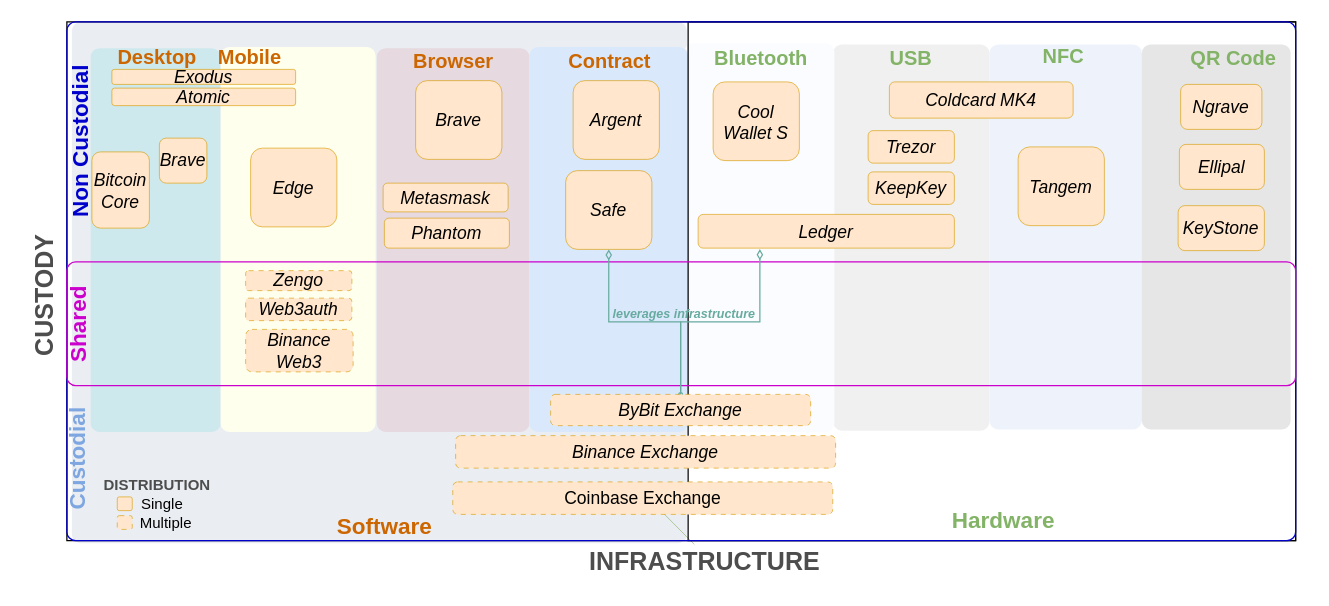
Earlier version of the draw.io diagram page "taxonomy" (1 of 2) of assets/crypto-wallets-taxonomy.drawio.drawio (dlt-science/ai-blockchain). Source tidied: cells renumbered, new cells numbered last; positions are measured from the earlier drawing's top-left corner, leaving out a move shared by most shapes. Both pictures are drawn from the tidied source at 125%, with x=0, y=0 at pixel (-29, 21).
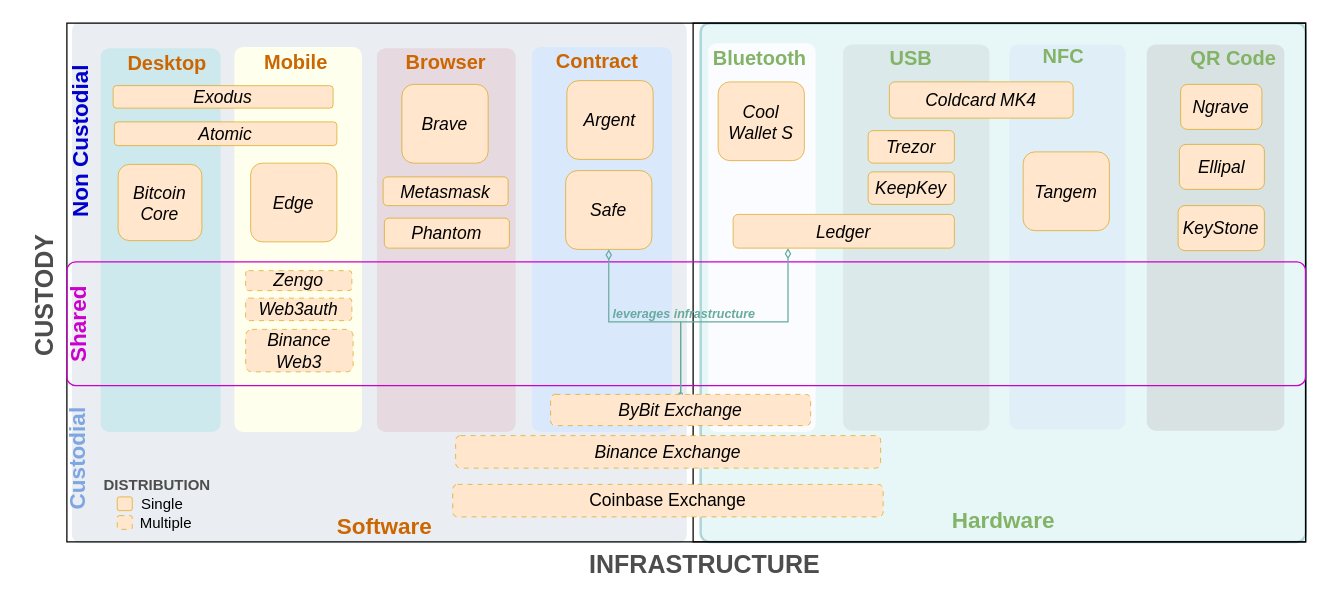
The same page after the edit.

The change refers to these unchanged cells:
```xml
<mxCell id="61" value="&lt;i style=&quot;text-wrap-mode: nowrap;&quot;&gt;ByBit Exchange&lt;/i&gt;" style="rounded=1;whiteSpace=wrap;html=1;fillColor=#ffe6cc;strokeWidth=0.5;dashed=1;dashPattern=8 8;fontSize=14;strokeColor=#d79b00;" parent="1" vertex="1">
  <mxGeometry x="463" y="298" width="208" height="25" as="geometry" />
</mxCell>
```

Diff of the diagram source:
```diff
@@
+    <mxCell id="64" style="rounded=1;whiteSpace=wrap;html=1;absoluteArcSize=1;arcSize=14;strokeWidth=2;fillColor=#b0e3e6;strokeColor=#0e8088;rotation=0;align=right;verticalAlign=bottom;spacingBottom=0;labelBackgroundColor=none;spacing=2;spacingRight=58;opacity=30;" parent="1" vertex="1">
+      <mxGeometry x="583" y="1" width="484" height="415" as="geometry" />
+    </mxCell>
@@
     <mxCell id="3" style="rounded=1;whiteSpace=wrap;html=1;absoluteArcSize=1;arcSize=14;strokeWidth=2;fillColor=#6E6E6E;strokeColor=none;opacity=10;rotation=0;align=left;verticalAlign=top;spacingTop=0;labelPosition=center;verticalLabelPosition=middle;" parent="1" vertex="1">
-      <mxGeometry x="689" y="18" width="125" height="309" as="geometry" />
+      <mxGeometry x="697" y="18" width="117" height="309" as="geometry" />
     </mxCell>
     <mxCell id="4" style="rounded=1;whiteSpace=wrap;html=1;absoluteArcSize=1;arcSize=14;strokeWidth=2;fillColor=#D4E1F5;strokeColor=none;opacity=40;rotation=0;align=left;verticalAlign=top;spacingTop=0;labelPosition=center;verticalLabelPosition=middle;direction=south;" parent="1" vertex="1">
-      <mxGeometry x="814" y="18" width="122" height="308" as="geometry" />
+      <mxGeometry x="830" y="18" width="93" height="308" as="geometry" />
     </mxCell>
     <mxCell id="5" style="rounded=1;whiteSpace=wrap;html=1;absoluteArcSize=1;arcSize=14;strokeWidth=2;fillColor=#C0C0C0;strokeColor=none;opacity=40;rotation=0;align=left;verticalAlign=top;spacingTop=0;labelPosition=center;verticalLabelPosition=middle;direction=south;" parent="1" vertex="1">
-      <mxGeometry x="936" y="18" width="119" height="308" as="geometry" />
+      <mxGeometry x="940" y="18" width="110" height="309" as="geometry" />
     </mxCell>
     <mxCell id="6" style="rounded=1;whiteSpace=wrap;html=1;absoluteArcSize=1;arcSize=14;strokeWidth=2;fillColor=#FBFCFF;strokeColor=none;rotation=0;align=left;verticalAlign=top;spacingTop=0;labelPosition=center;verticalLabelPosition=middle;direction=south;fontColor=#ffffff;" parent="1" vertex="1">
-      <mxGeometry x="570" y="17" width="120" height="311" as="geometry" />
+      <mxGeometry x="589" y="17" width="86" height="311" as="geometry" />
     </mxCell>
     <mxCell id="7" style="rounded=1;whiteSpace=wrap;html=1;absoluteArcSize=1;arcSize=14;strokeWidth=2;fillColor=light-dark(#CEE9ED,#EDEDED);strokeColor=none;rotation=0;align=left;verticalAlign=top;spacingTop=0;labelPosition=center;verticalLabelPosition=middle;" parent="1" vertex="1">
-      <mxGeometry x="95" y="21" width="104" height="307" as="geometry" />
+      <mxGeometry x="103" y="21" width="96" height="307" as="geometry" />
     </mxCell>
     <mxCell id="8" style="rounded=1;whiteSpace=wrap;html=1;absoluteArcSize=1;arcSize=14;strokeWidth=0.5;fillColor=light-dark(#E6D9DF,#EDEDED);strokeColor=none;rotation=0;align=left;verticalAlign=top;spacingTop=0;labelPosition=center;verticalLabelPosition=middle;" parent="1" vertex="1">
-      <mxGeometry x="324" y="21" width="122" height="307" as="geometry" />
+      <mxGeometry x="324" y="21" width="111" height="307" as="geometry" />
     </mxCell>
     <mxCell id="9" style="rounded=1;whiteSpace=wrap;html=1;absoluteArcSize=1;arcSize=14;strokeWidth=2;fillColor=#FFFFED;strokeColor=none;rotation=0;align=left;verticalAlign=top;spacingTop=0;labelPosition=center;verticalLabelPosition=middle;" parent="1" vertex="1">
-      <mxGeometry x="199" y="20" width="124" height="308" as="geometry" />
+      <mxGeometry x="210" y="20" width="102" height="308" as="geometry" />
     </mxCell>
     <mxCell id="10" style="rounded=1;whiteSpace=wrap;html=1;absoluteArcSize=1;arcSize=14;strokeWidth=2;fillColor=#dae8fc;strokeColor=none;rotation=0;align=left;verticalAlign=top;spacingTop=0;labelPosition=center;verticalLabelPosition=middle;" parent="1" vertex="1">
-      <mxGeometry x="446" y="20" width="127" height="308" as="geometry" />
+      <mxGeometry x="448" y="20" width="112" height="308" as="geometry" />
     </mxCell>
     <mxCell id="11" value="&lt;i style=&quot;text-wrap-mode: nowrap;&quot;&gt;Bitcoin&lt;/i&gt;&lt;div style=&quot;text-wrap-mode: nowrap;&quot;&gt;&lt;i&gt;Core&lt;/i&gt;&lt;/div&gt;" style="rounded=1;whiteSpace=wrap;html=1;fillColor=#ffe6cc;strokeWidth=0.5;fontSize=14;strokeColor=#d79b00;" parent="1" vertex="1">
-      <mxGeometry x="96" y="104" width="46" height="61" as="geometry" />
+      <mxGeometry x="117" y="114" width="67" height="61" as="geometry" />
     </mxCell>
     <mxCell id="12" value="&lt;span style=&quot;text-wrap-mode: nowrap;&quot;&gt;&lt;i&gt;Atomic&lt;/i&gt;&lt;/span&gt;" style="rounded=1;whiteSpace=wrap;html=1;fillColor=#ffe6cc;strokeWidth=0.5;fontSize=14;strokeColor=#d79b00;" parent="1" vertex="1">
-      <mxGeometry x="112" y="53" width="147" height="14" as="geometry" />
+      <mxGeometry x="114" y="80" width="178" height="19" as="geometry" />
     </mxCell>
     <mxCell id="13" value="&lt;span style=&quot;text-wrap-mode: nowrap;&quot;&gt;&lt;i&gt;Exodus&lt;/i&gt;&lt;/span&gt;" style="rounded=1;whiteSpace=wrap;html=1;fillColor=#ffe6cc;strokeWidth=0.5;fontSize=14;strokeColor=#d79b00;" parent="1" vertex="1">
-      <mxGeometry x="112" y="38" width="147" height="12" as="geometry" />
+      <mxGeometry x="113" y="51" width="176" height="18" as="geometry" />
     </mxCell>
     <mxCell id="14" value="&lt;font&gt;&lt;b&gt;Desktop&lt;/b&gt;&lt;/font&gt;" style="text;html=1;align=center;verticalAlign=middle;strokeColor=none;fillColor=none;fontColor=#CC6600;labelBackgroundColor=none;fontSize=16;" parent="1" vertex="1">
-      <mxGeometry x="107" y="12" width="81" height="31" as="geometry" />
+      <mxGeometry x="115" y="17" width="81" height="31" as="geometry" />
     </mxCell>
@@
-    <mxCell id="16" style="endArrow=none;html=1;rounded=0;exitX=0.46;exitY=0.139;exitDx=0;exitDy=0;strokeColor=#82B366;strokeWidth=0.5;entryX=0.99;entryY=1;entryDx=0;entryDy=0;entryPerimeter=0;exitPerimeter=0;" parent="1" edge="1" source="40">
-      <mxGeometry relative="1" as="geometry">
-        <mxPoint x="536.3" y="376" as="targetPoint" />
-      </mxGeometry>
-    </mxCell>
@@
     <mxCell id="18" value="&lt;b&gt;Contract&lt;/b&gt;&lt;br&gt;&lt;div&gt;&lt;br&gt;&lt;/div&gt;" style="text;html=1;align=center;verticalAlign=middle;strokeColor=none;fillColor=none;fontColor=#CC6600;labelBackgroundColor=none;fontSize=16;" parent="1" vertex="1">
-      <mxGeometry x="468" y="16" width="84" height="50" as="geometry" />
+      <mxGeometry x="458" y="16" width="84" height="50" as="geometry" />
     </mxCell>
@@
     <mxCell id="22" value="&lt;span&gt;&lt;b&gt;Mobile&lt;/b&gt;&lt;/span&gt;" style="text;html=1;align=center;verticalAlign=middle;strokeColor=none;fillColor=none;fontColor=#CC6600;labelBackgroundColor=none;fontSize=16;" parent="1" vertex="1">
-      <mxGeometry x="187" y="12" width="69" height="31" as="geometry" />
+      <mxGeometry x="224" y="16" width="69" height="31" as="geometry" />
     </mxCell>
     <mxCell id="23" value="&lt;span&gt;&lt;b&gt;Browser&lt;/b&gt;&lt;/span&gt;" style="text;html=1;align=center;verticalAlign=middle;strokeColor=none;fillColor=none;fontColor=#CC6600;labelBackgroundColor=none;fontSize=16;" parent="1" vertex="1">
-      <mxGeometry x="344" y="15" width="82" height="31" as="geometry" />
+      <mxGeometry x="338" y="16" width="82" height="31" as="geometry" />
     </mxCell>
     <mxCell id="24" value="&lt;i style=&quot;text-wrap-mode: nowrap;&quot;&gt;Metasmask&lt;/i&gt;" style="rounded=1;whiteSpace=wrap;html=1;fillColor=#ffe6cc;strokeWidth=0.5;fontSize=14;strokeColor=#d79b00;" parent="1" vertex="1">
-      <mxGeometry x="329" y="129" width="100" height="23" as="geometry" />
+      <mxGeometry x="329" y="124" width="100" height="23" as="geometry" />
     </mxCell>
-    <mxCell id="25" value="&lt;i style=&quot;text-wrap-mode: nowrap;&quot;&gt;Brave&lt;/i&gt;" style="rounded=1;whiteSpace=wrap;html=1;fillColor=#ffe6cc;strokeWidth=0.5;fontSize=14;strokeColor=#d79b00;" parent="1" vertex="1">
-      <mxGeometry x="150" y="93" width="38" height="36" as="geometry" />
-    </mxCell>
@@
     <mxCell id="29" value="&lt;span&gt;&lt;b&gt;Bluetooth&lt;/b&gt;&lt;/span&gt;" style="text;html=1;align=center;verticalAlign=middle;strokeColor=none;fillColor=none;fontColor=#82B366;labelBackgroundColor=none;fontSize=16;" parent="1" vertex="1">
-      <mxGeometry x="584.5" y="13" width="93" height="31" as="geometry" />
+      <mxGeometry x="583" y="13" width="93" height="31" as="geometry" />
     </mxCell>
@@
     <mxCell id="33" value="&lt;i style=&quot;text-wrap-mode: nowrap;&quot;&gt;Tangem&lt;/i&gt;" style="rounded=1;whiteSpace=wrap;html=1;fillColor=#ffe6cc;strokeWidth=0.5;fontSize=14;strokeColor=#d79b00;" parent="1" vertex="1">
-      <mxGeometry x="837" y="100" width="69" height="63" as="geometry" />
+      <mxGeometry x="841" y="104" width="69" height="63" as="geometry" />
     </mxCell>
@@
     <mxCell id="40" value="&lt;font style=&quot;color: rgb(77, 77, 77); font-size: 20px;&quot;&gt;&lt;b style=&quot;&quot;&gt;INFRASTRUCTURE&lt;/b&gt;&lt;/font&gt;" style="text;html=1;align=center;verticalAlign=middle;points=[];strokeColor=none;fillColor=none;fontColor=#0000CC;labelBackgroundColor=default;rotation=0;" parent="1" vertex="1">
-      <mxGeometry x="485" y="413" width="202" height="36" as="geometry" />
+      <mxGeometry x="485" y="415" width="202" height="36" as="geometry" />
     </mxCell>
@@
     <mxCell id="48" value="&lt;i style=&quot;text-wrap-mode: nowrap;&quot;&gt;Ledger&lt;/i&gt;" style="rounded=1;whiteSpace=wrap;html=1;fillColor=#ffe6cc;strokeWidth=0.5;fontSize=14;strokeColor=#d79b00;" parent="1" vertex="1">
-      <mxGeometry x="581" y="154" width="205" height="27" as="geometry" />
+      <mxGeometry x="609" y="154" width="177" height="27" as="geometry" />
     </mxCell>
     <mxCell id="49" value="&lt;span style=&quot;text-wrap-mode: nowrap;&quot;&gt;&lt;i&gt;Cool&lt;/i&gt;&lt;/span&gt;&lt;div&gt;&lt;span style=&quot;text-wrap-mode: nowrap;&quot;&gt;&lt;i&gt;Wallet S&lt;/i&gt;&lt;/span&gt;&lt;/div&gt;" style="rounded=1;whiteSpace=wrap;html=1;fillColor=#ffe6cc;strokeWidth=0.5;fontSize=14;strokeColor=#d79b00;" parent="1" vertex="1">
-      <mxGeometry x="593" y="48" width="69" height="63" as="geometry" />
+      <mxGeometry x="597" y="48" width="69" height="63" as="geometry" />
     </mxCell>
@@
     <mxCell id="51" value="&lt;span style=&quot;text-wrap-mode: nowrap;&quot;&gt;&lt;i&gt;Argent&lt;/i&gt;&lt;/span&gt;" style="rounded=1;whiteSpace=wrap;html=1;fillColor=#ffe6cc;strokeWidth=0.5;fontSize=14;strokeColor=#d79b00;" parent="1" vertex="1">
-      <mxGeometry x="481" y="47" width="69" height="63" as="geometry" />
+      <mxGeometry x="476" y="47" width="69" height="63" as="geometry" />
     </mxCell>
     <mxCell id="52" value="&lt;span style=&quot;text-wrap-mode: nowrap;&quot;&gt;&lt;i&gt;Brave&lt;/i&gt;&lt;/span&gt;" style="rounded=1;whiteSpace=wrap;html=1;fillColor=#ffe6cc;strokeWidth=0.5;fontSize=14;strokeColor=#d79b00;" parent="1" vertex="1">
-      <mxGeometry x="355" y="47" width="69" height="63" as="geometry" />
+      <mxGeometry x="344" y="50" width="69" height="63" as="geometry" />
     </mxCell>
     <mxCell id="53" style="rounded=0;whiteSpace=wrap;html=1;fillColor=none;" parent="1" vertex="1">
-      <mxGeometry x="76" width="983" height="415" as="geometry" />
+      <mxGeometry x="76" y="1" width="991" height="415" as="geometry" />
     </mxCell>
     <mxCell id="54" style="rounded=0;whiteSpace=wrap;html=1;fillColor=none;" parent="1" vertex="1">
-      <mxGeometry x="573" width="486" height="415" as="geometry" />
+      <mxGeometry x="577" y="1" width="490" height="415" as="geometry" />
     </mxCell>
     <mxCell id="55" value="&lt;i style=&quot;text-wrap-mode: nowrap;&quot;&gt;Edge&lt;/i&gt;" style="rounded=1;whiteSpace=wrap;html=1;fillColor=#ffe6cc;strokeWidth=0.5;fontSize=14;strokeColor=#d79b00;" parent="1" vertex="1">
-      <mxGeometry x="223" y="101" width="69" height="63" as="geometry" />
+      <mxGeometry x="223" y="113" width="69" height="63" as="geometry" />
     </mxCell>
-    <mxCell id="56" style="rounded=1;whiteSpace=wrap;html=1;absoluteArcSize=1;arcSize=14;strokeWidth=1;fillColor=none;strokeColor=#0000CC;rotation=0;align=right;verticalAlign=bottom;spacingBottom=0;labelBackgroundColor=none;spacing=2;spacingRight=58;fontColor=#333333;" parent="1" vertex="1">
-      <mxGeometry x="76" width="983" height="415" as="geometry" />
-    </mxCell>
     <mxCell id="57" style="rounded=1;whiteSpace=wrap;html=1;absoluteArcSize=1;arcSize=14;strokeWidth=1;fillColor=none;strokeColor=#CC00CC;rotation=0;align=right;verticalAlign=bottom;spacingBottom=0;labelBackgroundColor=none;spacing=2;spacingRight=58;fontColor=#333333;" parent="1" vertex="1">
-      <mxGeometry x="76" y="192" width="983" height="99" as="geometry" />
+      <mxGeometry x="76" y="192" width="991" height="99" as="geometry" />
     </mxCell>
@@
-    <mxCell id="59" style="edgeStyle=orthogonalEdgeStyle;rounded=0;jettySize=auto;html=1;entryX=0.241;entryY=1.029;entryDx=0;entryDy=0;entryPerimeter=0;endArrow=diamondThin;endFill=0;startArrow=oval;startFill=0;startSize=3;strokeWidth=1;strokeColor=#67AB9F;" parent="1" edge="1" source="61" target="48">
+    <mxCell id="59" style="edgeStyle=orthogonalEdgeStyle;rounded=0;jettySize=auto;html=1;endArrow=diamondThin;endFill=0;startArrow=oval;startFill=0;startSize=3;strokeWidth=1;strokeColor=#67AB9F;entryX=0.248;entryY=1.001;entryDx=0;entryDy=0;entryPerimeter=0;" parent="1" edge="1" source="61" target="48">
       <mxGeometry relative="1" as="geometry">
         <Array as="points">
           <mxPoint x="567" y="240" />
-          <mxPoint x="630" y="240" />
+          <mxPoint x="653" y="240" />
+          <mxPoint x="653" y="182" />
+          <mxPoint x="653" y="182" />
         </Array>
       </mxGeometry>
     </mxCell>
@@
     <mxCell id="62" value="&lt;i style=&quot;text-wrap-mode: nowrap;&quot;&gt;Binance Exchange&lt;/i&gt;" style="rounded=1;whiteSpace=wrap;html=1;fillColor=#ffe6cc;strokeWidth=0.5;dashed=1;dashPattern=8 8;fontSize=14;strokeColor=#d79b00;" parent="1" vertex="1">
-      <mxGeometry x="387" y="331" width="304" height="26" as="geometry" />
+      <mxGeometry x="387" y="331" width="340" height="26" as="geometry" />
     </mxCell>
     <mxCell id="63" value="&lt;span style=&quot;text-wrap-mode: nowrap;&quot;&gt;Coinbase Exchange&lt;/span&gt;" style="rounded=1;whiteSpace=wrap;html=1;fillColor=#ffe6cc;strokeWidth=0.5;dashed=1;dashPattern=8 8;fontSize=14;strokeColor=#d79b00;" parent="1" vertex="1">
-      <mxGeometry x="384.7" y="368" width="304" height="26" as="geometry" />
+      <mxGeometry x="384.7" y="370" width="344.3" height="26" as="geometry" />
     </mxCell>
```
